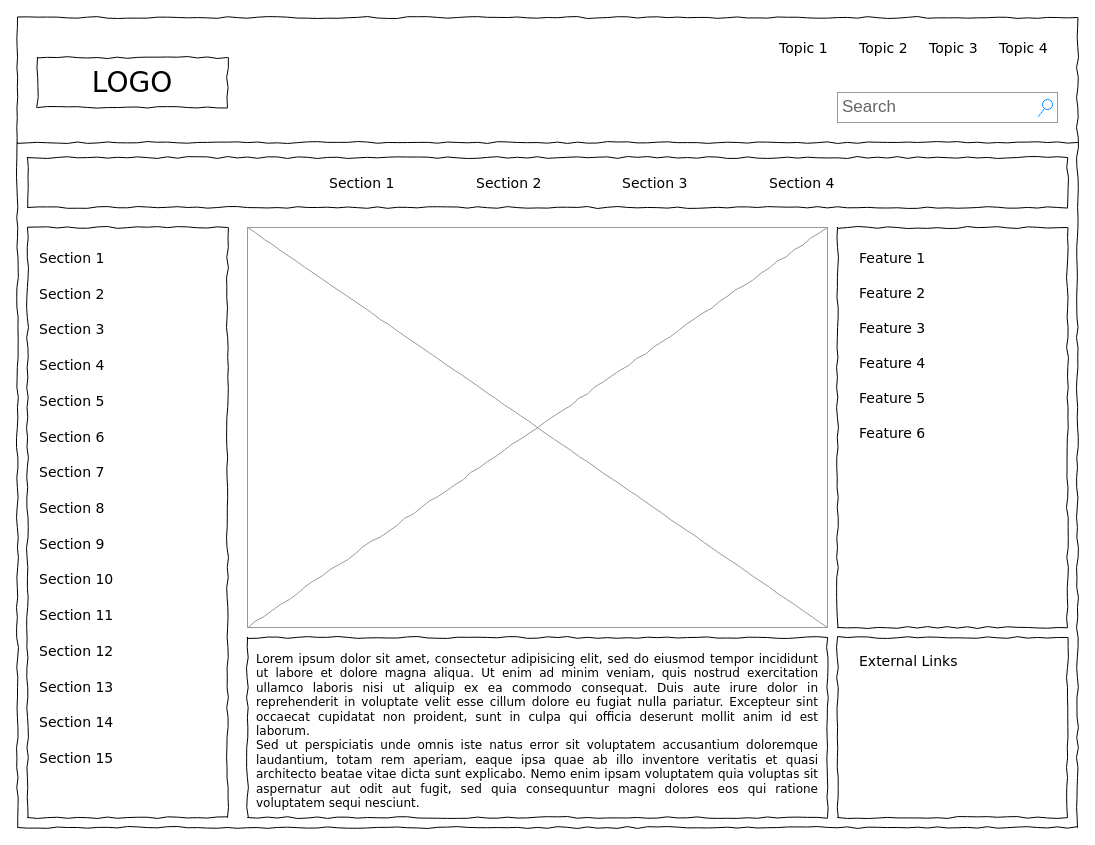
This is filemanager.drawio from zhangalps/umldir, a draw.io file, before an edit. Source tidied: cells renumbered, new cells numbered last; positions are measured from the earlier drawing's top-left corner, leaving out a move shared by most shapes. Both pictures are drawn from the tidied source at 100%, with x=0, y=0 at pixel (17, 17).
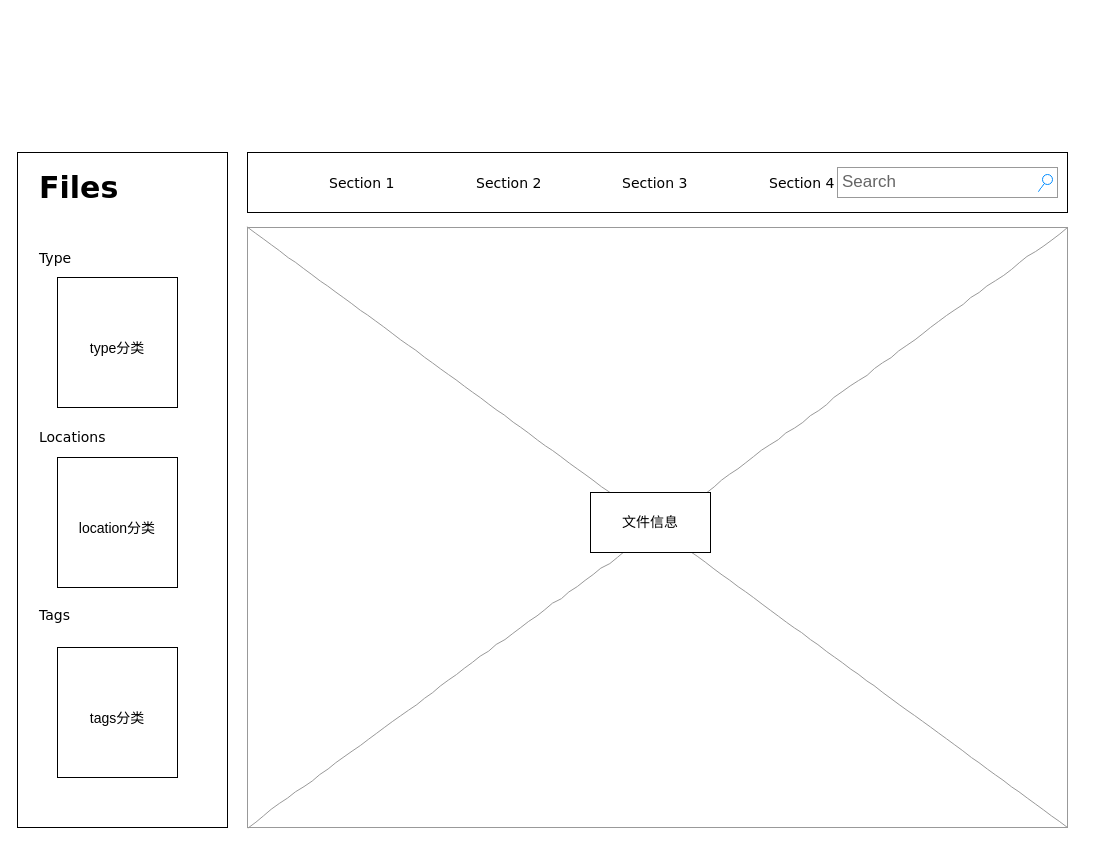
Above is the later version.

Diff of the diagram source:
```diff
@@
-    <mxCell id="2" style="whiteSpace=wrap;html=1;rounded=0;shadow=0;labelBackgroundColor=none;strokeColor=#000000;strokeWidth=1;fillColor=none;fontFamily=Verdana;fontSize=12;fontColor=#000000;align=center;comic=1;" parent="1" vertex="1">
-      <mxGeometry width="1060" height="810" as="geometry" />
-    </mxCell>
-    <mxCell id="3" value="LOGO" style="whiteSpace=wrap;html=1;rounded=0;shadow=0;labelBackgroundColor=none;strokeWidth=1;fontFamily=Verdana;fontSize=28;align=center;comic=1;" parent="1" vertex="1">
-      <mxGeometry x="20" y="40" width="190" height="50" as="geometry" />
-    </mxCell>
     <mxCell id="4" value="Search" style="strokeWidth=1;shadow=0;dashed=0;align=center;html=1;shape=mxgraph.mockup.forms.searchBox;strokeColor=#999999;mainText=;strokeColor2=#008cff;fontColor=#666666;fontSize=17;align=left;spacingLeft=3;rounded=0;labelBackgroundColor=none;comic=1;" parent="1" vertex="1">
-      <mxGeometry x="820" y="75" width="220" height="30" as="geometry" />
+      <mxGeometry x="820" y="150" width="220" height="30" as="geometry" />
     </mxCell>
-    <mxCell id="5" value="Topic 1" style="text;html=1;align=left;verticalAlign=top;spacingTop=-4;fontSize=14;fontFamily=Verdana;" parent="1" vertex="1">
-      <mxGeometry x="760" y="20" width="60" height="20" as="geometry" />
-    </mxCell>
-    <mxCell id="6" value="Topic 2" style="text;html=1;align=left;verticalAlign=top;spacingTop=-4;fontSize=14;fontFamily=Verdana;" parent="1" vertex="1">
-      <mxGeometry x="840" y="20" width="60" height="20" as="geometry" />
-    </mxCell>
-    <mxCell id="7" value="Topic 3" style="text;html=1;align=left;verticalAlign=top;spacingTop=-4;fontSize=14;fontFamily=Verdana;" parent="1" vertex="1">
-      <mxGeometry x="910" y="20" width="60" height="20" as="geometry" />
-    </mxCell>
-    <mxCell id="8" value="Topic 4" style="text;html=1;align=left;verticalAlign=top;spacingTop=-4;fontSize=14;fontFamily=Verdana;" parent="1" vertex="1">
-      <mxGeometry x="980" y="20" width="60" height="20" as="geometry" />
-    </mxCell>
-    <mxCell id="9" style="whiteSpace=wrap;html=1;rounded=0;shadow=0;labelBackgroundColor=none;strokeWidth=1;fillColor=none;fontFamily=Verdana;fontSize=12;align=center;comic=1;" parent="1" vertex="1">
-      <mxGeometry x="10" y="210" width="200" height="590" as="geometry" />
-    </mxCell>
-    <mxCell id="10" style="line;strokeWidth=1;html=1;rounded=0;shadow=0;labelBackgroundColor=none;fillColor=none;fontFamily=Verdana;fontSize=14;fontColor=#000000;align=center;comic=1;" parent="1" vertex="1">
-      <mxGeometry y="120" width="1060" height="10" as="geometry" />
-    </mxCell>
-    <mxCell id="11" style="whiteSpace=wrap;html=1;rounded=0;shadow=0;labelBackgroundColor=none;strokeWidth=1;fillColor=none;fontFamily=Verdana;fontSize=12;align=center;comic=1;" parent="1" vertex="1">
-      <mxGeometry x="10" y="140" width="1040" height="50" as="geometry" />
-    </mxCell>
@@
-    <mxCell id="16" value="&lt;div style=&quot;text-align: justify&quot;&gt;&lt;span&gt;Lorem ipsum dolor sit amet, consectetur adipisicing elit, sed do eiusmod tempor incididunt ut labore et dolore magna aliqua. Ut enim ad minim veniam, quis nostrud exercitation ullamco laboris nisi ut aliquip ex ea commodo consequat. Duis aute irure dolor in reprehenderit in voluptate velit esse cillum dolore eu fugiat nulla pariatur. Excepteur sint occaecat cupidatat non proident, sunt in culpa qui officia deserunt mollit anim id est laborum.&lt;/span&gt;&lt;/div&gt;&lt;div style=&quot;text-align: justify&quot;&gt;&lt;span&gt;Sed ut perspiciatis unde omnis iste natus error sit voluptatem accusantium doloremque laudantium, totam rem aperiam, eaque ipsa quae ab illo inventore veritatis et quasi architecto beatae vitae dicta sunt explicabo. Nemo enim ipsam voluptatem quia voluptas sit aspernatur aut odit aut fugit, sed quia consequuntur magni dolores eos qui ratione voluptatem sequi nesciunt.&amp;nbsp;&lt;/span&gt;&lt;/div&gt;" style="whiteSpace=wrap;html=1;rounded=0;shadow=0;labelBackgroundColor=none;strokeWidth=1;fillColor=none;fontFamily=Verdana;fontSize=12;align=center;verticalAlign=top;spacing=10;comic=1;" parent="1" vertex="1">
-      <mxGeometry x="230" y="620" width="580" height="180" as="geometry" />
-    </mxCell>
     <mxCell id="17" style="verticalLabelPosition=bottom;shadow=0;dashed=0;align=center;html=1;verticalAlign=top;strokeWidth=1;shape=mxgraph.mockup.graphics.simpleIcon;strokeColor=#999999;rounded=0;labelBackgroundColor=none;fontFamily=Verdana;fontSize=14;fontColor=#000000;comic=1;" parent="1" vertex="1">
-      <mxGeometry x="230" y="210" width="580" height="400" as="geometry" />
+      <mxGeometry x="230" y="210" width="820" height="600" as="geometry" />
     </mxCell>
-    <mxCell id="18" style="whiteSpace=wrap;html=1;rounded=0;shadow=0;labelBackgroundColor=none;strokeWidth=1;fillColor=none;fontFamily=Verdana;fontSize=12;align=center;comic=1;" parent="1" vertex="1">
-      <mxGeometry x="820" y="210" width="230" height="400" as="geometry" />
-    </mxCell>
-    <mxCell id="19" style="whiteSpace=wrap;html=1;rounded=0;shadow=0;labelBackgroundColor=none;strokeWidth=1;fillColor=none;fontFamily=Verdana;fontSize=12;align=center;comic=1;" parent="1" vertex="1">
-      <mxGeometry x="820" y="620" width="230" height="180" as="geometry" />
-    </mxCell>
-    <mxCell id="20" value="Section 1" style="text;html=1;align=left;verticalAlign=top;spacingTop=-4;fontSize=14;fontFamily=Verdana;" parent="1" vertex="1">
+    <mxCell id="20" value="Type" style="text;html=1;align=left;verticalAlign=top;spacingTop=-4;fontSize=14;fontFamily=Verdana;" parent="1" vertex="1">
       <mxGeometry x="20" y="230" width="170" height="20" as="geometry" />
     </mxCell>
-    <mxCell id="21" value="Section 2" style="text;html=1;align=left;verticalAlign=top;spacingTop=-4;fontSize=14;fontFamily=Verdana;" parent="1" vertex="1">
-      <mxGeometry x="20" y="266" width="170" height="20" as="geometry" />
-    </mxCell>
-    <mxCell id="22" value="Section 3" style="text;html=1;align=left;verticalAlign=top;spacingTop=-4;fontSize=14;fontFamily=Verdana;" parent="1" vertex="1">
-      <mxGeometry x="20" y="301" width="170" height="20" as="geometry" />
-    </mxCell>
-    <mxCell id="23" value="Section 4" style="text;html=1;align=left;verticalAlign=top;spacingTop=-4;fontSize=14;fontFamily=Verdana;" parent="1" vertex="1">
-      <mxGeometry x="20" y="337" width="170" height="20" as="geometry" />
-    </mxCell>
-    <mxCell id="24" value="Section 7" style="text;html=1;align=left;verticalAlign=top;spacingTop=-4;fontSize=14;fontFamily=Verdana;" parent="1" vertex="1">
-      <mxGeometry x="20" y="444" width="170" height="20" as="geometry" />
-    </mxCell>
-    <mxCell id="25" value="Section 8" style="text;html=1;align=left;verticalAlign=top;spacingTop=-4;fontSize=14;fontFamily=Verdana;" parent="1" vertex="1">
-      <mxGeometry x="20" y="480" width="170" height="20" as="geometry" />
-    </mxCell>
-    <mxCell id="26" value="Section 9" style="text;html=1;align=left;verticalAlign=top;spacingTop=-4;fontSize=14;fontFamily=Verdana;" parent="1" vertex="1">
-      <mxGeometry x="20" y="516" width="170" height="20" as="geometry" />
-    </mxCell>
-    <mxCell id="27" value="Section 10" style="text;html=1;align=left;verticalAlign=top;spacingTop=-4;fontSize=14;fontFamily=Verdana;" parent="1" vertex="1">
-      <mxGeometry x="20" y="551" width="170" height="20" as="geometry" />
-    </mxCell>
-    <mxCell id="28" value="Section 11" style="text;html=1;align=left;verticalAlign=top;spacingTop=-4;fontSize=14;fontFamily=Verdana;" parent="1" vertex="1">
+    <mxCell id="28" value="Tags" style="text;html=1;align=left;verticalAlign=top;spacingTop=-4;fontSize=14;fontFamily=Verdana;" parent="1" vertex="1">
       <mxGeometry x="20" y="587" width="170" height="20" as="geometry" />
     </mxCell>
-    <mxCell id="29" value="Section 12" style="text;html=1;align=left;verticalAlign=top;spacingTop=-4;fontSize=14;fontFamily=Verdana;" parent="1" vertex="1">
-      <mxGeometry x="20" y="623" width="170" height="20" as="geometry" />
-    </mxCell>
-    <mxCell id="30" value="Section 13" style="text;html=1;align=left;verticalAlign=top;spacingTop=-4;fontSize=14;fontFamily=Verdana;" parent="1" vertex="1">
-      <mxGeometry x="20" y="659" width="170" height="20" as="geometry" />
-    </mxCell>
-    <mxCell id="31" value="Section 14" style="text;html=1;align=left;verticalAlign=top;spacingTop=-4;fontSize=14;fontFamily=Verdana;" parent="1" vertex="1">
-      <mxGeometry x="20" y="694" width="170" height="20" as="geometry" />
-    </mxCell>
-    <mxCell id="32" value="Section 5" style="text;html=1;align=left;verticalAlign=top;spacingTop=-4;fontSize=14;fontFamily=Verdana;" parent="1" vertex="1">
-      <mxGeometry x="20" y="373" width="170" height="20" as="geometry" />
-    </mxCell>
-    <mxCell id="33" value="Section 6" style="text;html=1;align=left;verticalAlign=top;spacingTop=-4;fontSize=14;fontFamily=Verdana;" parent="1" vertex="1">
+    <mxCell id="33" value="Locations" style="text;html=1;align=left;verticalAlign=top;spacingTop=-4;fontSize=14;fontFamily=Verdana;" parent="1" vertex="1">
       <mxGeometry x="20" y="409" width="170" height="20" as="geometry" />
     </mxCell>
-    <mxCell id="34" value="Section 15" style="text;html=1;align=left;verticalAlign=top;spacingTop=-4;fontSize=14;fontFamily=Verdana;" parent="1" vertex="1">
-      <mxGeometry x="20" y="730" width="170" height="20" as="geometry" />
-    </mxCell>
-    <mxCell id="35" value="External Links" style="text;html=1;align=left;verticalAlign=top;spacingTop=-4;fontSize=14;fontFamily=Verdana;" parent="1" vertex="1">
-      <mxGeometry x="840" y="633" width="170" height="20" as="geometry" />
-    </mxCell>
-    <mxCell id="36" value="Feature 1" style="text;html=1;align=left;verticalAlign=top;spacingTop=-4;fontSize=14;fontFamily=Verdana;" parent="1" vertex="1">
-      <mxGeometry x="840" y="230" width="170" height="20" as="geometry" />
-    </mxCell>
-    <mxCell id="37" value="Feature 2" style="text;html=1;align=left;verticalAlign=top;spacingTop=-4;fontSize=14;fontFamily=Verdana;" parent="1" vertex="1">
-      <mxGeometry x="840" y="265" width="170" height="20" as="geometry" />
-    </mxCell>
-    <mxCell id="38" value="Feature 3" style="text;html=1;align=left;verticalAlign=top;spacingTop=-4;fontSize=14;fontFamily=Verdana;" parent="1" vertex="1">
-      <mxGeometry x="840" y="300" width="170" height="20" as="geometry" />
-    </mxCell>
-    <mxCell id="39" value="Feature 4" style="text;html=1;align=left;verticalAlign=top;spacingTop=-4;fontSize=14;fontFamily=Verdana;" parent="1" vertex="1">
-      <mxGeometry x="840" y="335" width="170" height="20" as="geometry" />
-    </mxCell>
-    <mxCell id="40" value="Feature 5" style="text;html=1;align=left;verticalAlign=top;spacingTop=-4;fontSize=14;fontFamily=Verdana;" parent="1" vertex="1">
-      <mxGeometry x="840" y="370" width="170" height="20" as="geometry" />
-    </mxCell>
-    <mxCell id="41" value="Feature 6" style="text;html=1;align=left;verticalAlign=top;spacingTop=-4;fontSize=14;fontFamily=Verdana;" parent="1" vertex="1">
-      <mxGeometry x="840" y="405" width="170" height="20" as="geometry" />
-    </mxCell>
+    <mxCell id="42" value="&lt;b&gt;&lt;font style=&quot;font-size: 30px&quot;&gt;Files&lt;/font&gt;&lt;/b&gt;" style="text;html=1;align=left;verticalAlign=top;spacingTop=-4;fontSize=14;fontFamily=Verdana;" parent="1" vertex="1">
+      <mxGeometry x="20" y="150" width="170" height="20" as="geometry" />
+    </mxCell>
+    <mxCell id="43" value="&lt;span style=&quot;font-size: 14px ; text-align: left&quot;&gt;location分类&lt;/span&gt;" style="rounded=0;whiteSpace=wrap;html=1;fontSize=30;" parent="1" vertex="1">
+      <mxGeometry x="40" y="440" width="120" height="130" as="geometry" />
+    </mxCell>
+    <mxCell id="44" value="&lt;span style=&quot;font-size: 14px ; text-align: left&quot;&gt;tags分类&lt;/span&gt;" style="rounded=0;whiteSpace=wrap;html=1;fontSize=30;" parent="1" vertex="1">
+      <mxGeometry x="40" y="630" width="120" height="130" as="geometry" />
+    </mxCell>
+    <mxCell id="45" value="&lt;font style=&quot;font-size: 14px&quot;&gt;type分类&lt;/font&gt;" style="rounded=0;whiteSpace=wrap;html=1;fontSize=30;align=center;" parent="1" vertex="1">
+      <mxGeometry x="40" y="260" width="120" height="130" as="geometry" />
+    </mxCell>
+    <mxCell id="46" value="文件信息" style="rounded=0;whiteSpace=wrap;html=1;fontSize=14;align=center;" parent="1" vertex="1">
+      <mxGeometry x="573" y="475" width="120" height="60" as="geometry" />
+    </mxCell>
+    <mxCell id="47" style="rounded=0;whiteSpace=wrap;html=1;fontSize=14;align=center;fillColor=none;" parent="1" vertex="1">
+      <mxGeometry y="135" width="210" height="675" as="geometry" />
+    </mxCell>
+    <mxCell id="48" style="rounded=0;whiteSpace=wrap;html=1;fontSize=14;fillColor=none;align=center;" parent="1" vertex="1">
+      <mxGeometry x="230" y="135" width="820" height="60" as="geometry" />
+    </mxCell>
```
